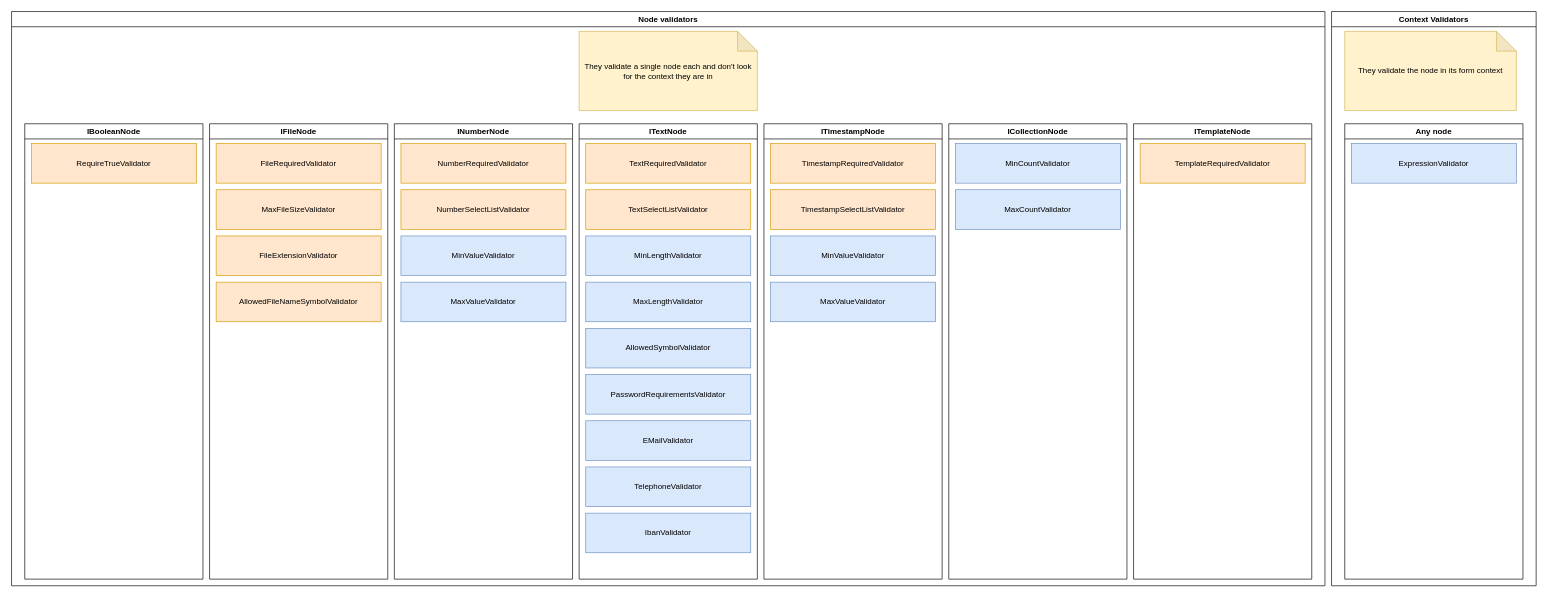
This is doc/forms-concept/validators.drawio from RGXStorm281/common, a draw.io file, before an edit. Source tidied: cells renumbered, new cells numbered last; positions are measured from the earlier drawing's top-left corner, leaving out a move shared by most shapes. Both pictures are drawn from the tidied source at 66%, with x=0, y=0 at pixel (11, 11).
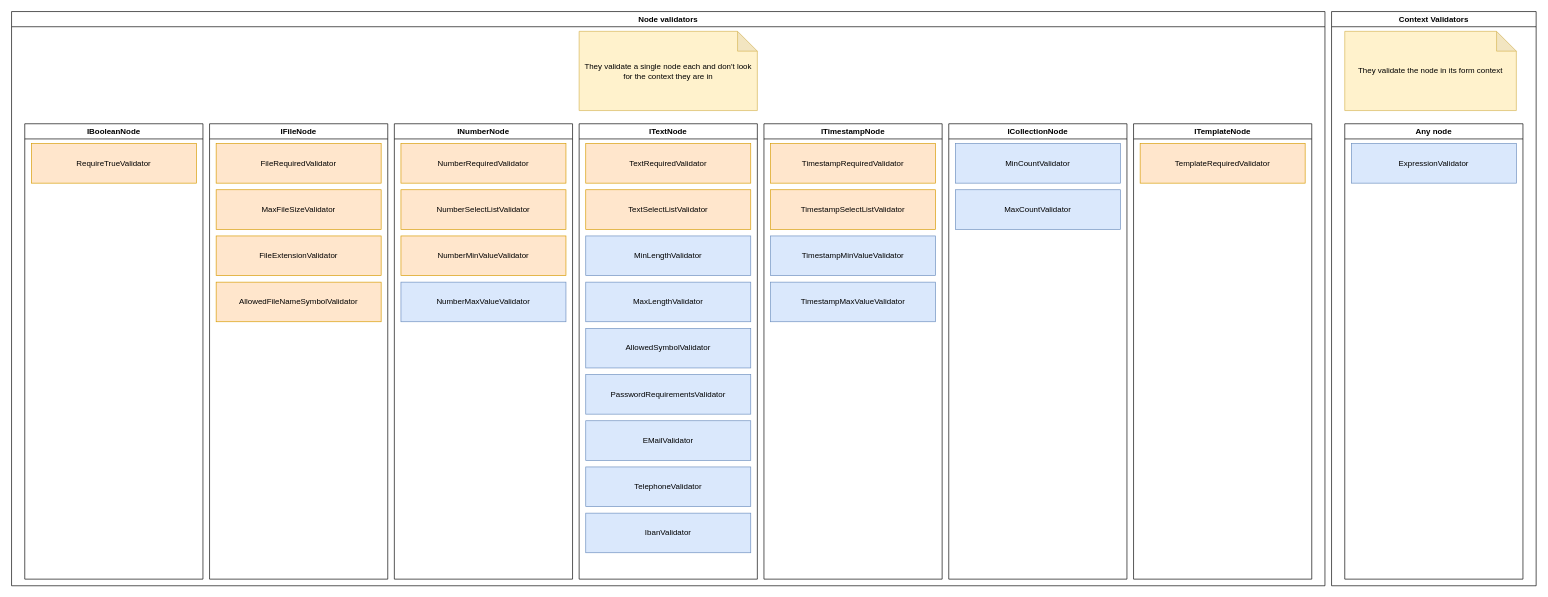
Above is the later version.

Commit message (it also covers changes not shown here):
Tests for (dependent) number min value validator

The change refers to these unchanged cells:
```xml
<mxCell id="11" value="INumberNode" style="swimlane;whiteSpace=wrap;html=1;" parent="2" vertex="1">
  <mxGeometry x="580" y="170" width="270" height="690" as="geometry" />
</mxCell>
<mxCell id="26" value="ITimestampNode" style="swimlane;whiteSpace=wrap;html=1;" parent="2" vertex="1">
  <mxGeometry x="1140" y="170" width="270" height="690" as="geometry" />
</mxCell>
```

Diff of the diagram source:
```diff
@@
-    <mxCell id="12" value="MinValueValidator" style="rounded=0;whiteSpace=wrap;html=1;fillColor=#dae8fc;strokeColor=#6c8ebf;" parent="11" vertex="1">
+    <mxCell id="12" value="Number&lt;span style=&quot;background-color: transparent; color: light-dark(rgb(0, 0, 0), rgb(255, 255, 255));&quot;&gt;MinValueValidator&lt;/span&gt;" style="rounded=0;whiteSpace=wrap;html=1;fillColor=#ffe6cc;strokeColor=#d79b00;" parent="11" vertex="1">
       <mxGeometry x="10" y="170" width="250" height="60" as="geometry" />
     </mxCell>
-    <mxCell id="13" value="MaxValueValidator" style="rounded=0;whiteSpace=wrap;html=1;fillColor=#dae8fc;strokeColor=#6c8ebf;" parent="11" vertex="1">
+    <mxCell id="13" value="NumberMaxValueValidator" style="rounded=0;whiteSpace=wrap;html=1;fillColor=#dae8fc;strokeColor=#6c8ebf;" parent="11" vertex="1">
       <mxGeometry x="10" y="240" width="250" height="60" as="geometry" />
     </mxCell>
@@
-    <mxCell id="28" value="MinValueValidator" style="rounded=0;whiteSpace=wrap;html=1;fillColor=#dae8fc;strokeColor=#6c8ebf;" parent="26" vertex="1">
+    <mxCell id="28" value="TimestampMinValueValidator" style="rounded=0;whiteSpace=wrap;html=1;fillColor=#dae8fc;strokeColor=#6c8ebf;" parent="26" vertex="1">
       <mxGeometry x="10" y="170" width="250" height="60" as="geometry" />
     </mxCell>
-    <mxCell id="29" value="MaxValueValidator" style="rounded=0;whiteSpace=wrap;html=1;fillColor=#dae8fc;strokeColor=#6c8ebf;" parent="26" vertex="1">
+    <mxCell id="29" value="TimestampMaxValueValidator" style="rounded=0;whiteSpace=wrap;html=1;fillColor=#dae8fc;strokeColor=#6c8ebf;" parent="26" vertex="1">
       <mxGeometry x="10" y="240" width="250" height="60" as="geometry" />
     </mxCell>
```
